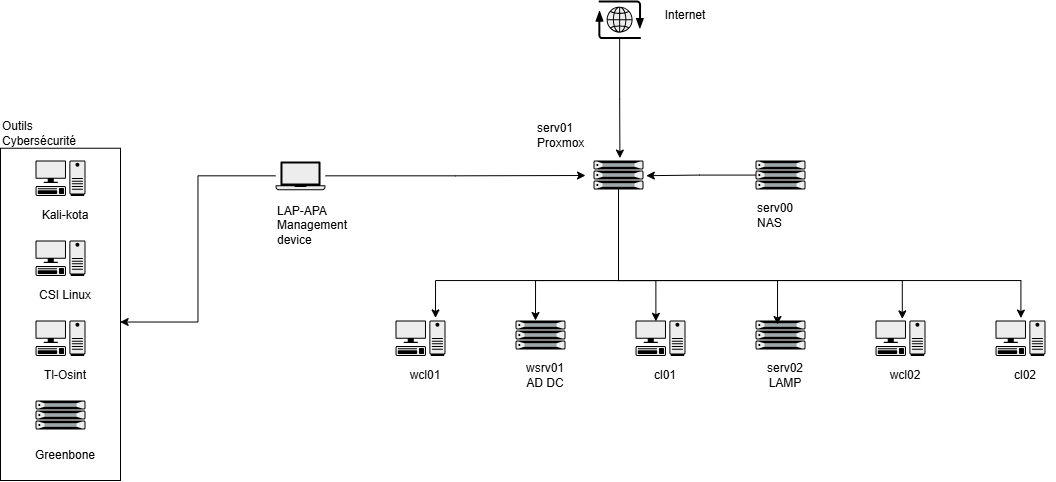
Earlier version of the draw.io export assets/diagrams/schéma.png (kota-shen/kota-shen). Source tidied: cells renumbered, new cells last; positions are measured from the earlier drawing's top-left corner, leaving out a move shared by most shapes.
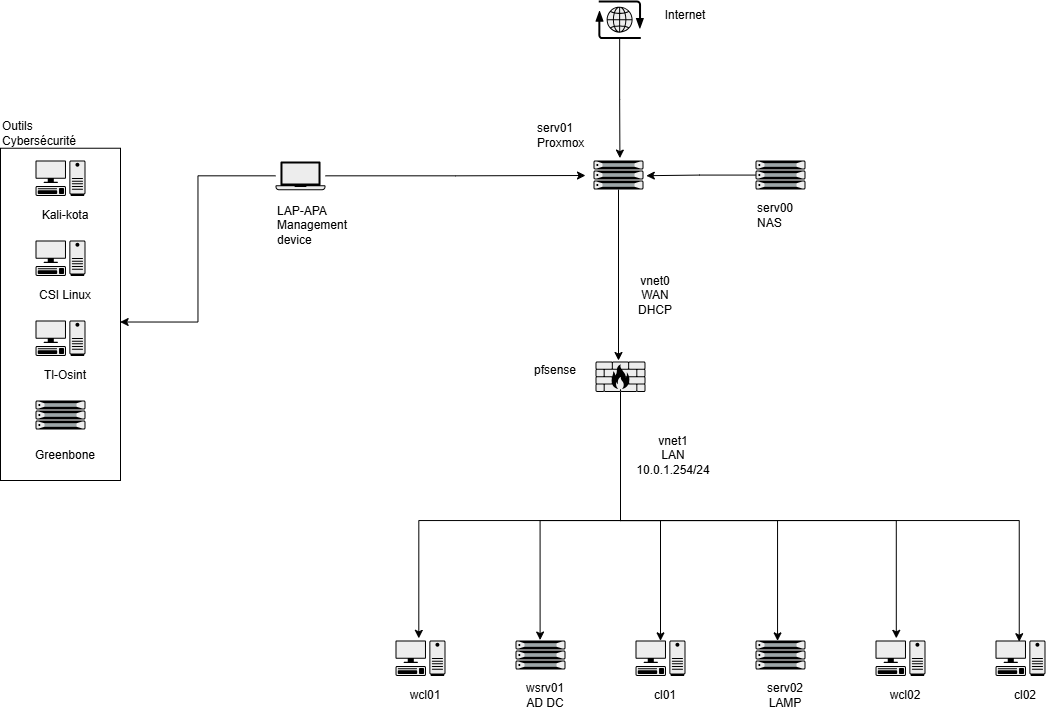
The same file after the commit.

What changed in the source:
```diff
@@ -8,6 +8,11 @@
     <mxCell id="3" style="shape=mxgraph.networks2.icon;fillColor=#EDEDED;strokeColor=#000000;gradientColor=#5B6163;network2IconShadow=1;network2bgFillColor=none;labelPosition=center;verticalLabelPosition=bottom;align=center;verticalAlign=top;network2Icon=mxgraph.networks2.internet;network2IconXOffset=0.0012;network2IconYOffset=0.0035;network2IconW=0.9677;network2IconH=0.7722;" parent="1" vertex="1">
       <mxGeometry x="595" width="48.4" height="38.6" as="geometry" />
     </mxCell>
+    <mxCell id="42" style="edgeStyle=orthogonalEdgeStyle;rounded=0;jettySize=auto;html=1;" parent="1" edge="1" source="4">
+      <mxGeometry relative="1" as="geometry">
+        <mxPoint x="618" y="360" as="targetPoint" />
+      </mxGeometry>
+    </mxCell>
     <mxCell id="4" style="fillColorStyles=neutralFill;neutralFill=#9DA6A8;shape=mxgraph.networks2.icon;fillColor=#EDEDED;strokeColor=#000000;gradientColor=#5B6163;network2IconShadow=1;network2bgFillColor=none;labelPosition=center;verticalLabelPosition=bottom;align=center;verticalAlign=top;network2Icon=mxgraph.networks2.server;network2IconW=1.0001;network2IconH=0.5812;" parent="1" vertex="1">
       <mxGeometry x="593" y="160" width="50" height="29.1" as="geometry" />
     </mxCell>
@@ -41,75 +46,35 @@
       <mxGeometry x="655" width="60" height="30" as="geometry" />
     </mxCell>
     <mxCell id="14" style="shape=mxgraph.networks2.icon;fillColor=#EDEDED;strokeColor=#000000;gradientColor=#5B6163;network2IconShadow=1;network2bgFillColor=none;labelPosition=center;verticalLabelPosition=bottom;align=center;verticalAlign=top;network2Icon=mxgraph.networks2.pc;network2IconYOffset=-0.0593;network2IconW=0.9999;network2IconH=0.7096;" parent="1" vertex="1">
-      <mxGeometry x="395" y="320" width="50" height="35.5" as="geometry" />
+      <mxGeometry x="395" y="640" width="50" height="35.5" as="geometry" />
     </mxCell>
     <mxCell id="15" value="wcl01" style="text;html=1;whiteSpace=wrap;strokeColor=none;fillColor=none;align=center;verticalAlign=middle;rounded=0;" parent="1" vertex="1">
-      <mxGeometry x="395" y="360" width="60" height="30" as="geometry" />
+      <mxGeometry x="395" y="680" width="60" height="30" as="geometry" />
     </mxCell>
-    <mxCell id="16" style="edgeStyle=orthogonalEdgeStyle;rounded=0;jettySize=auto;html=1;entryX=0.8;entryY=-0.073;entryDx=0;entryDy=0;entryPerimeter=0;" parent="1" edge="1" source="4" target="14">
-      <mxGeometry relative="1" as="geometry">
-        <Array as="points">
-          <mxPoint x="618" y="280" />
-          <mxPoint x="435" y="280" />
-        </Array>
-      </mxGeometry>
-    </mxCell>
     <mxCell id="17" style="fillColorStyles=neutralFill;neutralFill=#9DA6A8;shape=mxgraph.networks2.icon;fillColor=#EDEDED;strokeColor=#000000;gradientColor=#5B6163;network2IconShadow=1;network2bgFillColor=none;labelPosition=center;verticalLabelPosition=bottom;align=center;verticalAlign=top;network2Icon=mxgraph.networks2.server;network2IconW=1.0001;network2IconH=0.5812;" parent="1" vertex="1">
-      <mxGeometry x="515" y="320" width="50" height="29.1" as="geometry" />
+      <mxGeometry x="515" y="640" width="50" height="29.1" as="geometry" />
     </mxCell>
     <mxCell id="18" value="wsrv01&lt;div&gt;AD DC&lt;/div&gt;" style="text;html=1;whiteSpace=wrap;strokeColor=none;fillColor=none;align=center;verticalAlign=middle;rounded=0;" parent="1" vertex="1">
-      <mxGeometry x="515" y="360" width="60" height="30" as="geometry" />
+      <mxGeometry x="515" y="680" width="60" height="30" as="geometry" />
     </mxCell>
-    <mxCell id="19" style="edgeStyle=orthogonalEdgeStyle;rounded=0;jettySize=auto;html=1;entryX=0.4;entryY=0;entryDx=0;entryDy=0;entryPerimeter=0;" parent="1" edge="1" source="4" target="17">
-      <mxGeometry relative="1" as="geometry">
-        <Array as="points">
-          <mxPoint x="618" y="280" />
-          <mxPoint x="535" y="280" />
-        </Array>
-      </mxGeometry>
-    </mxCell>
     <mxCell id="20" style="shape=mxgraph.networks2.icon;fillColor=#EDEDED;strokeColor=#000000;gradientColor=#5B6163;network2IconShadow=1;network2bgFillColor=none;labelPosition=center;verticalLabelPosition=bottom;align=center;verticalAlign=top;network2Icon=mxgraph.networks2.pc;network2IconYOffset=-0.0593;network2IconW=0.9999;network2IconH=0.7096;" parent="1" vertex="1">
-      <mxGeometry x="635" y="320" width="50" height="35.5" as="geometry" />
+      <mxGeometry x="635" y="640" width="50" height="35.5" as="geometry" />
     </mxCell>
     <mxCell id="21" value="cl01" style="text;html=1;whiteSpace=wrap;strokeColor=none;fillColor=none;align=center;verticalAlign=middle;rounded=0;" parent="1" vertex="1">
-      <mxGeometry x="635" y="360" width="60" height="30" as="geometry" />
+      <mxGeometry x="635" y="680" width="60" height="30" as="geometry" />
     </mxCell>
-    <mxCell id="22" style="edgeStyle=orthogonalEdgeStyle;rounded=0;jettySize=auto;html=1;entryX=0.408;entryY=0.023;entryDx=0;entryDy=0;entryPerimeter=0;" parent="1" edge="1" source="4" target="20">
-      <mxGeometry relative="1" as="geometry">
-        <Array as="points">
-          <mxPoint x="618" y="280" />
-          <mxPoint x="655" y="280" />
-        </Array>
-      </mxGeometry>
-    </mxCell>
     <mxCell id="23" style="fillColorStyles=neutralFill;neutralFill=#9DA6A8;shape=mxgraph.networks2.icon;fillColor=#EDEDED;strokeColor=#000000;gradientColor=#5B6163;network2IconShadow=1;network2bgFillColor=none;labelPosition=center;verticalLabelPosition=bottom;align=center;verticalAlign=top;network2Icon=mxgraph.networks2.server;network2IconW=1.0001;network2IconH=0.5812;" parent="1" vertex="1">
-      <mxGeometry x="755" y="320" width="50" height="29.1" as="geometry" />
+      <mxGeometry x="755" y="640" width="50" height="29.1" as="geometry" />
     </mxCell>
     <mxCell id="24" value="serv02&lt;div&gt;LAMP&lt;/div&gt;" style="text;html=1;whiteSpace=wrap;strokeColor=none;fillColor=none;align=center;verticalAlign=middle;rounded=0;" parent="1" vertex="1">
-      <mxGeometry x="755" y="360" width="60" height="30" as="geometry" />
+      <mxGeometry x="755" y="680" width="60" height="30" as="geometry" />
     </mxCell>
-    <mxCell id="25" style="edgeStyle=orthogonalEdgeStyle;rounded=0;jettySize=auto;html=1;entryX=0.44;entryY=0.138;entryDx=0;entryDy=0;entryPerimeter=0;" parent="1" edge="1" source="4" target="23">
-      <mxGeometry relative="1" as="geometry">
-        <Array as="points">
-          <mxPoint x="618" y="280" />
-          <mxPoint x="777" y="280" />
-        </Array>
-      </mxGeometry>
-    </mxCell>
     <mxCell id="26" style="shape=mxgraph.networks2.icon;fillColor=#EDEDED;strokeColor=#000000;gradientColor=#5B6163;network2IconShadow=1;network2bgFillColor=none;labelPosition=center;verticalLabelPosition=bottom;align=center;verticalAlign=top;network2Icon=mxgraph.networks2.pc;network2IconYOffset=-0.0593;network2IconW=0.9999;network2IconH=0.7096;" parent="1" vertex="1">
-      <mxGeometry x="875" y="320" width="50" height="35.5" as="geometry" />
+      <mxGeometry x="875" y="640" width="50" height="35.5" as="geometry" />
     </mxCell>
     <mxCell id="27" value="wcl02" style="text;html=1;whiteSpace=wrap;strokeColor=none;fillColor=none;align=center;verticalAlign=middle;rounded=0;" parent="1" vertex="1">
-      <mxGeometry x="875" y="360" width="60" height="30" as="geometry" />
+      <mxGeometry x="875" y="680" width="60" height="30" as="geometry" />
     </mxCell>
-    <mxCell id="28" style="edgeStyle=orthogonalEdgeStyle;rounded=0;jettySize=auto;html=1;entryX=0.536;entryY=-0.045;entryDx=0;entryDy=0;entryPerimeter=0;" parent="1" edge="1" source="4" target="26">
-      <mxGeometry relative="1" as="geometry">
-        <Array as="points">
-          <mxPoint x="618" y="280" />
-          <mxPoint x="902" y="280" />
-        </Array>
-      </mxGeometry>
-    </mxCell>
     <mxCell id="29" style="shape=mxgraph.networks2.icon;fillColor=#EDEDED;strokeColor=#000000;gradientColor=#5B6163;network2IconShadow=1;network2bgFillColor=none;labelPosition=center;verticalLabelPosition=bottom;align=center;verticalAlign=top;network2Icon=mxgraph.networks2.pc;network2IconYOffset=-0.0593;network2IconW=0.9999;network2IconH=0.7096;" parent="1" vertex="1">
       <mxGeometry x="35" y="160" width="50" height="35.5" as="geometry" />
     </mxCell>
@@ -141,18 +106,70 @@
       <mxGeometry y="117.7" width="60" height="30" as="geometry" />
     </mxCell>
     <mxCell id="39" style="shape=mxgraph.networks2.icon;fillColor=#EDEDED;strokeColor=#000000;gradientColor=#5B6163;network2IconShadow=1;network2bgFillColor=none;labelPosition=center;verticalLabelPosition=bottom;align=center;verticalAlign=top;network2Icon=mxgraph.networks2.pc;network2IconYOffset=-0.0593;network2IconW=0.9999;network2IconH=0.7096;" parent="1" vertex="1">
-      <mxGeometry x="995" y="320" width="50" height="35.5" as="geometry" />
+      <mxGeometry x="995" y="640" width="50" height="35.5" as="geometry" />
     </mxCell>
     <mxCell id="40" value="cl02" style="text;html=1;whiteSpace=wrap;strokeColor=none;fillColor=none;align=center;verticalAlign=middle;rounded=0;" parent="1" vertex="1">
-      <mxGeometry x="995" y="360" width="60" height="30" as="geometry" />
+      <mxGeometry x="995" y="680" width="60" height="30" as="geometry" />
     </mxCell>
-    <mxCell id="41" style="edgeStyle=orthogonalEdgeStyle;rounded=0;jettySize=auto;html=1;entryX=0.508;entryY=-0.068;entryDx=0;entryDy=0;entryPerimeter=0;" parent="1" edge="1" source="4" target="39">
-      <mxGeometry relative="1" as="geometry">
-        <Array as="points">
-          <mxPoint x="618" y="280" />
-          <mxPoint x="1020" y="280" />
-        </Array>
-      </mxGeometry>
-    </mxCell>
+    <mxCell id="43" style="shape=mxgraph.networks2.icon;fillColor=#EDEDED;strokeColor=#000000;gradientColor=#5B6163;network2IconShadow=1;network2bgFillColor=none;labelPosition=center;verticalLabelPosition=bottom;align=center;verticalAlign=top;network2Icon=mxgraph.networks2.firewall;network2IconXOffset=0.0001;network2IconYOffset=0.0001;network2IconW=1;network2IconH=0.608;" parent="1" vertex="1">
+      <mxGeometry x="595" y="361" width="50" height="30.4" as="geometry" />
+    </mxCell>
+    <mxCell id="44" value="pfsense" style="text;html=1;whiteSpace=wrap;strokeColor=none;fillColor=none;align=center;verticalAlign=middle;rounded=0;" parent="1" vertex="1">
+      <mxGeometry x="525" y="355.5" width="60" height="30" as="geometry" />
+    </mxCell>
+    <mxCell id="45" value="vnet0&lt;div&gt;WAN&lt;/div&gt;&lt;div&gt;DHCP&lt;/div&gt;" style="text;html=1;whiteSpace=wrap;strokeColor=none;fillColor=none;align=center;verticalAlign=middle;rounded=0;" parent="1" vertex="1">
+      <mxGeometry x="625" y="280" width="60" height="30" as="geometry" />
+    </mxCell>
+    <mxCell id="46" style="edgeStyle=orthogonalEdgeStyle;rounded=0;jettySize=auto;html=1;entryX=0.466;entryY=-0.061;entryDx=0;entryDy=0;entryPerimeter=0;" parent="1" edge="1" source="43" target="14">
+      <mxGeometry relative="1" as="geometry">
+        <Array as="points">
+          <mxPoint x="620" y="520" />
+          <mxPoint x="418" y="520" />
+        </Array>
+      </mxGeometry>
+    </mxCell>
+    <mxCell id="47" style="edgeStyle=orthogonalEdgeStyle;rounded=0;jettySize=auto;html=1;entryX=0.492;entryY=-0.016;entryDx=0;entryDy=0;entryPerimeter=0;" parent="1" edge="1" source="43" target="17">
+      <mxGeometry relative="1" as="geometry">
+        <Array as="points">
+          <mxPoint x="620" y="520" />
+          <mxPoint x="540" y="520" />
+        </Array>
+      </mxGeometry>
+    </mxCell>
+    <mxCell id="48" style="edgeStyle=orthogonalEdgeStyle;rounded=0;jettySize=auto;html=1;entryX=0.5;entryY=0.01;entryDx=0;entryDy=0;entryPerimeter=0;" parent="1" edge="1" source="43" target="20">
+      <mxGeometry relative="1" as="geometry">
+        <Array as="points">
+          <mxPoint x="620" y="520" />
+          <mxPoint x="660" y="520" />
+        </Array>
+      </mxGeometry>
+    </mxCell>
+    <mxCell id="49" style="edgeStyle=orthogonalEdgeStyle;rounded=0;jettySize=auto;html=1;entryX=0.441;entryY=0.013;entryDx=0;entryDy=0;entryPerimeter=0;" parent="1" edge="1" source="43" target="23">
+      <mxGeometry relative="1" as="geometry">
+        <Array as="points">
+          <mxPoint x="620" y="520" />
+          <mxPoint x="777" y="520" />
+        </Array>
+      </mxGeometry>
+    </mxCell>
+    <mxCell id="50" style="edgeStyle=orthogonalEdgeStyle;rounded=0;jettySize=auto;html=1;entryX=0.416;entryY=-0.061;entryDx=0;entryDy=0;entryPerimeter=0;" parent="1" edge="1" source="43" target="26">
+      <mxGeometry relative="1" as="geometry">
+        <Array as="points">
+          <mxPoint x="620" y="520" />
+          <mxPoint x="896" y="520" />
+        </Array>
+      </mxGeometry>
+    </mxCell>
+    <mxCell id="51" style="edgeStyle=orthogonalEdgeStyle;rounded=0;jettySize=auto;html=1;entryX=0.475;entryY=0.034;entryDx=0;entryDy=0;entryPerimeter=0;" parent="1" edge="1" source="43" target="39">
+      <mxGeometry relative="1" as="geometry">
+        <Array as="points">
+          <mxPoint x="620" y="520" />
+          <mxPoint x="1019" y="520" />
+        </Array>
+      </mxGeometry>
+    </mxCell>
+    <mxCell id="52" value="vnet1&lt;div&gt;LAN&lt;/div&gt;&lt;div&gt;10.0.1.254/24&lt;/div&gt;" style="text;html=1;whiteSpace=wrap;strokeColor=none;fillColor=none;align=center;verticalAlign=middle;rounded=0;" parent="1" vertex="1">
+      <mxGeometry x="643" y="440" width="60" height="30" as="geometry" />
+    </mxCell>
   </root>
 </mxGraphModel>
```
